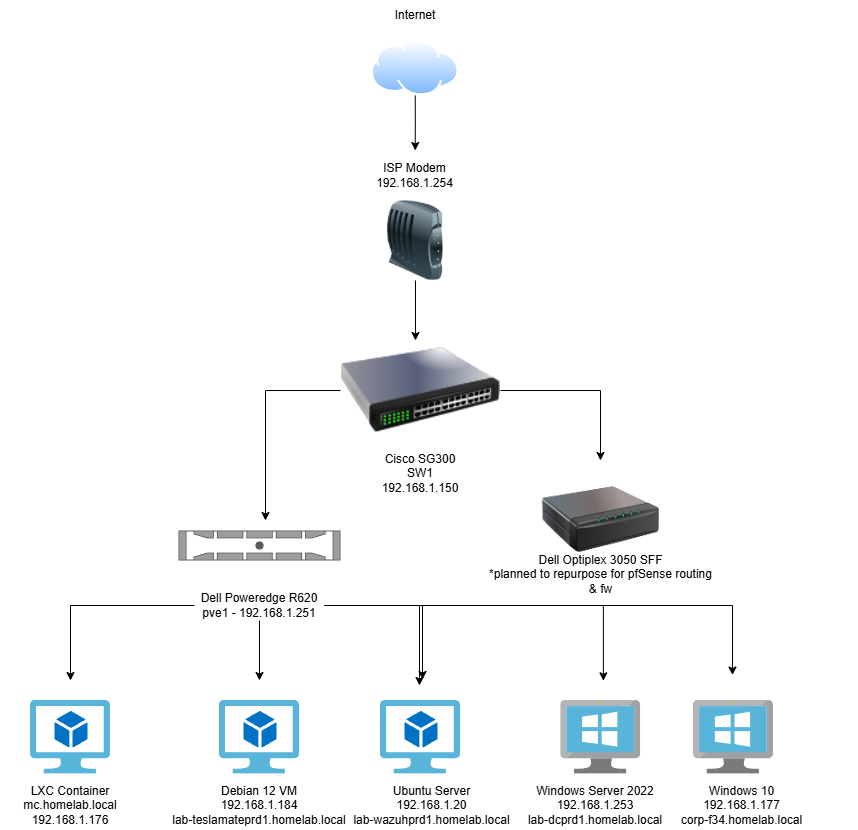
The draw.io diagram public/assets/images/posts/networkdiagram.png in recursiive/astro-aria, before a commit. Source tidied: cells renumbered, new cells last; positions are measured from the earlier drawing's top-left corner, leaving out a move shared by most shapes.
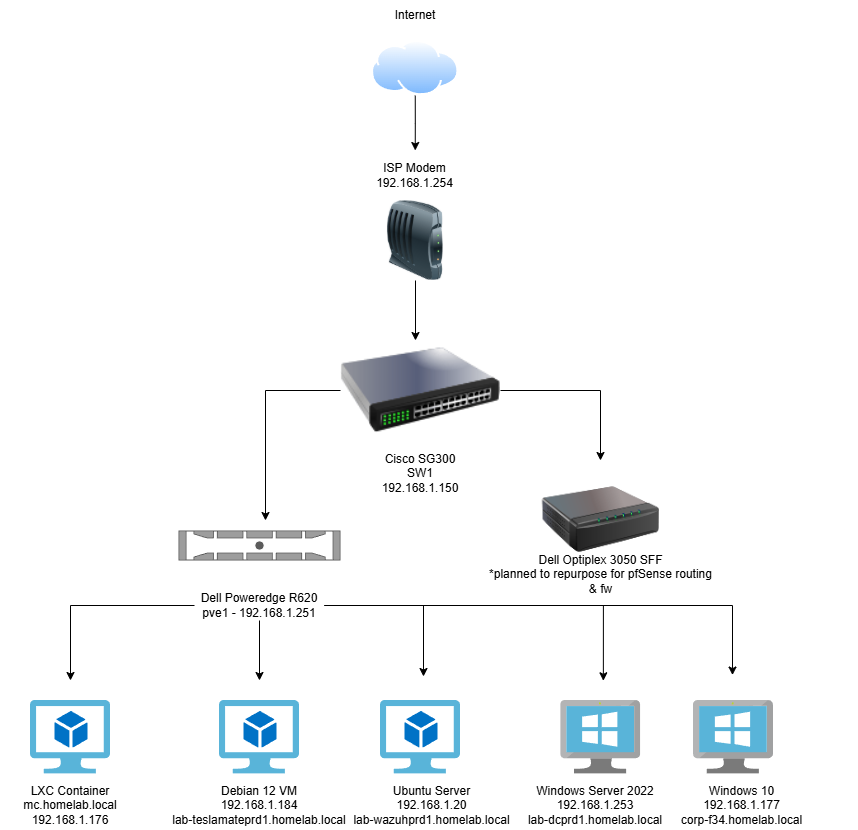
The same file after the commit.

The edit, as a diff of the source:
```diff
@@ -39,16 +39,6 @@
         <mxPoint x="259" y="680" as="targetPoint" />
       </mxGeometry>
     </mxCell>
-    <mxCell id="11" style="edgeStyle=orthogonalEdgeStyle;rounded=0;jettySize=auto;html=1;" parent="1" edge="1" source="15">
-      <mxGeometry relative="1" as="geometry">
-        <mxPoint x="419" y="685" as="targetPoint" />
-      </mxGeometry>
-    </mxCell>
-    <mxCell id="12" style="edgeStyle=orthogonalEdgeStyle;rounded=0;jettySize=auto;html=1;strokeColor=light-dark(#000000,#000000);" parent="1" edge="1" source="15">
-      <mxGeometry relative="1" as="geometry">
-        <mxPoint x="422" y="679" as="targetPoint" />
-      </mxGeometry>
-    </mxCell>
     <mxCell id="13" style="edgeStyle=orthogonalEdgeStyle;rounded=0;jettySize=auto;html=1;strokeColor=light-dark(#000000,#000000);" parent="1" edge="1" source="15">
       <mxGeometry relative="1" as="geometry">
         <mxPoint x="602.9" y="680.3" as="targetPoint" />
@@ -59,6 +49,11 @@
         <mxPoint x="732" y="674.6" as="targetPoint" />
       </mxGeometry>
     </mxCell>
+    <mxCell id="32" style="edgeStyle=orthogonalEdgeStyle;rounded=0;jettySize=auto;html=1;strokeColor=light-dark(#000000,#000000);" parent="1" edge="1" source="15">
+      <mxGeometry relative="1" as="geometry">
+        <mxPoint x="423" y="676" as="targetPoint" />
+      </mxGeometry>
+    </mxCell>
     <mxCell id="15" value="Dell Poweredge R620&lt;div&gt;pve1 - 192.168.1.251&lt;/div&gt;" style="text;html=1;whiteSpace=wrap;align=center;verticalAlign=middle;rounded=0;fontColor=light-dark(#000000,#000000);strokeColor=none;" parent="1" vertex="1">
       <mxGeometry x="194" y="590" width="130" height="30" as="geometry" />
     </mxCell>
```
